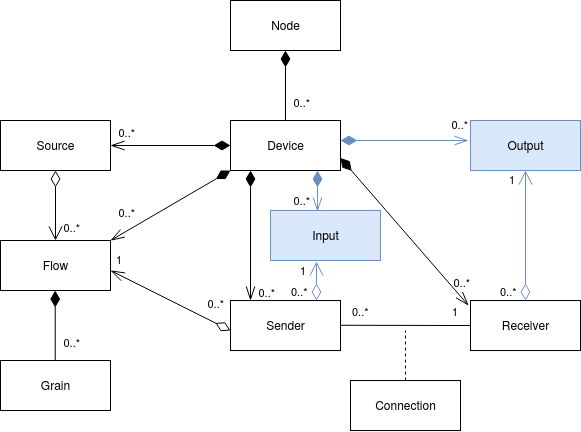
Earlier version of the draw.io export docs/images/is-11-data-model.png (AMWA-TV/is-11). Source tidied: cells renumbered, new cells last; positions are measured from the earlier drawing's top-left corner, leaving out a move shared by most shapes.
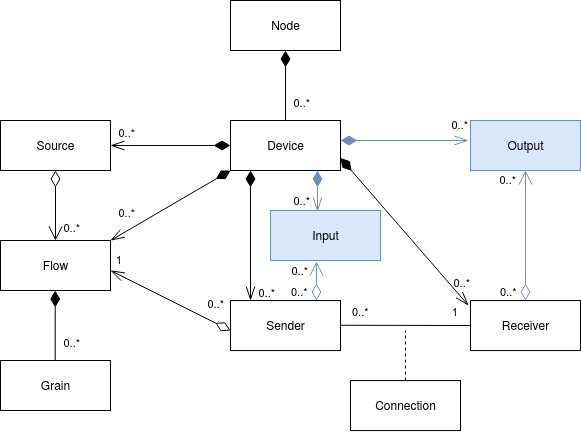
Above is the later version.

Commit message:
Input/Sender and Output/Receiver relationship: update Data Model diagram

Change to the diagram source:
```diff
@@ -130,9 +130,9 @@
         <mxPoint x="-27" y="-21" as="offset" />
       </mxGeometry>
     </mxCell>
-    <mxCell id="33" value="1" style="edgeLabel;html=1;align=right;verticalAlign=top;labelBackgroundColor=none;" parent="31" vertex="1">
+    <mxCell id="33" value="0..*" style="edgeLabel;html=1;align=right;verticalAlign=top;labelBackgroundColor=none;" parent="31" vertex="1">
       <mxGeometry x="1" relative="1" as="geometry">
-        <mxPoint x="-10" y="-3" as="offset" />
+        <mxPoint x="-9" y="-3" as="offset" />
       </mxGeometry>
     </mxCell>
     <mxCell id="34" style="endArrow=openThin;html=1;endSize=12;startArrow=diamondThin;startSize=14;startFill=0;rounded=0;exitX=0;exitY=0.5;exitDx=0;exitDy=0;endFill=0;entryX=1;entryY=0.5;entryDx=0;entryDy=0;" parent="1" edge="1">
@@ -173,9 +173,9 @@
         <mxPoint x="-27" y="-21" as="offset" />
       </mxGeometry>
     </mxCell>
-    <mxCell id="42" value="1" style="edgeLabel;html=1;align=right;verticalAlign=top;labelBackgroundColor=none;" parent="40" vertex="1">
+    <mxCell id="42" value="&lt;div&gt;0..*&lt;/div&gt;" style="edgeLabel;html=1;align=right;verticalAlign=top;labelBackgroundColor=none;" parent="40" vertex="1">
       <mxGeometry x="1" relative="1" as="geometry">
-        <mxPoint x="-10" y="-3" as="offset" />
+        <mxPoint x="-8" y="-3" as="offset" />
       </mxGeometry>
     </mxCell>
   </root>
```
